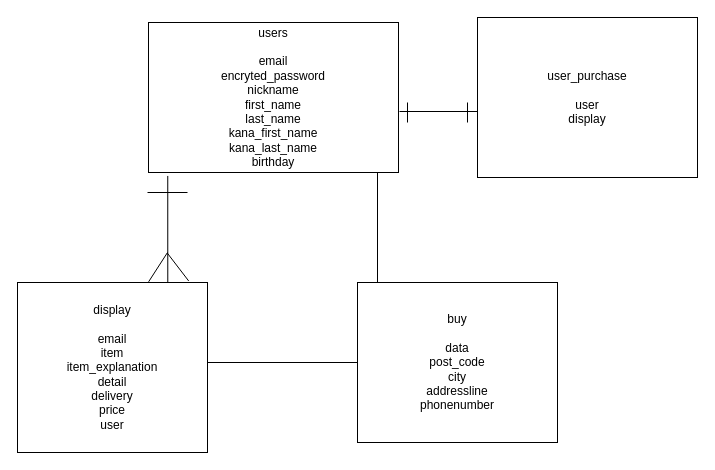
Earlier version of the draw.io diagram data.dio (daikikameda/furima2-36166). Source tidied: cells renumbered, new cells numbered last; positions are measured from the earlier drawing's top-left corner, leaving out a move shared by most shapes. Both pictures are drawn from the tidied source at 100%, with x=0, y=0 at pixel (17, 17).
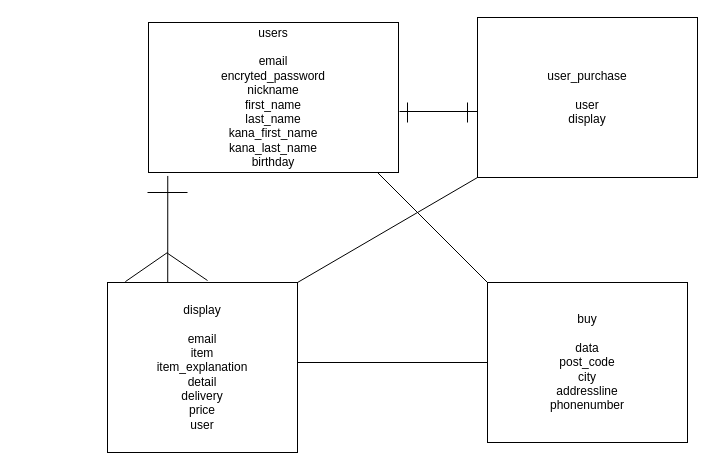
The same page after the edit.

Unchanged cells that the change refers to:
```xml
<mxCell id="2" value="users&lt;br&gt;&lt;br&gt;email&lt;br&gt;encryted_password&lt;br&gt;nickname&lt;br&gt;first_name&lt;br&gt;last_name&lt;br&gt;kana_first_name&lt;br&gt;kana_last_name&lt;br&gt;birthday" style="whiteSpace=wrap;html=1;" parent="1" vertex="1">
  <mxGeometry x="131" y="5" width="250" height="150" as="geometry" />
</mxCell>
<mxCell id="11" value="user_purchase&lt;br&gt;&lt;br&gt;user&lt;br&gt;display" style="rounded=0;whiteSpace=wrap;html=1;" parent="1" vertex="1">
  <mxGeometry x="460" width="220" height="160" as="geometry" />
</mxCell>
```

Change to the diagram source:
```diff
@@
     <mxCell id="3" value="display&lt;br&gt;&lt;br&gt;email&lt;br&gt;item&lt;br&gt;item_explanation&lt;br&gt;detail&lt;br&gt;delivery&lt;br&gt;price&lt;br&gt;user" style="rounded=0;whiteSpace=wrap;html=1;" parent="1" vertex="1">
-      <mxGeometry y="265" width="190" height="170" as="geometry" />
+      <mxGeometry x="90" y="265" width="190" height="170" as="geometry" />
     </mxCell>
     <mxCell id="4" value="buy&lt;br&gt;&lt;br&gt;data&lt;br&gt;post_code&lt;br&gt;city&lt;br&gt;addressline&lt;br&gt;phonenumber" style="rounded=0;whiteSpace=wrap;html=1;" parent="1" vertex="1">
-      <mxGeometry x="340" y="265" width="200" height="160" as="geometry" />
+      <mxGeometry x="470" y="265" width="200" height="160" as="geometry" />
     </mxCell>
-    <mxCell id="5" style="endArrow=none;html=1;entryX=0.077;entryY=1.023;entryDx=0;entryDy=0;entryPerimeter=0;exitX=0.791;exitY=0;exitDx=0;exitDy=0;exitPerimeter=0;" parent="1" edge="1" source="3" target="2">
+    <mxCell id="5" style="endArrow=none;html=1;entryX=0.077;entryY=1.023;entryDx=0;entryDy=0;entryPerimeter=0;exitX=0.317;exitY=0.002;exitDx=0;exitDy=0;exitPerimeter=0;" parent="1" edge="1" source="3" target="2">
       <mxGeometry relative="1" as="geometry" />
     </mxCell>
@@
-    <mxCell id="7" style="endArrow=none;html=1;entryX=0.69;entryY=-0.004;entryDx=0;entryDy=0;entryPerimeter=0;" parent="1" edge="1" target="3">
+    <mxCell id="7" style="endArrow=none;html=1;entryX=0.094;entryY=-0.005;entryDx=0;entryDy=0;entryPerimeter=0;" parent="1" edge="1" target="3">
       <mxGeometry relative="1" as="geometry">
         <mxPoint x="150" y="235" as="sourcePoint" />
       </mxGeometry>
     </mxCell>
-    <mxCell id="8" style="endArrow=none;html=1;entryX=0.901;entryY=-0.009;entryDx=0;entryDy=0;entryPerimeter=0;" parent="1" edge="1" target="3">
+    <mxCell id="8" style="endArrow=none;html=1;" parent="1" edge="1">
       <mxGeometry relative="1" as="geometry">
         <mxPoint x="149.9" y="235.7" as="sourcePoint" />
+        <mxPoint x="190" y="263" as="targetPoint" />
       </mxGeometry>
     </mxCell>
     <mxCell id="9" style="endArrow=none;html=1;entryX=0;entryY=0.5;entryDx=0;entryDy=0;" parent="1" edge="1" target="4">
       <mxGeometry relative="1" as="geometry">
-        <mxPoint x="190" y="345" as="sourcePoint" />
+        <mxPoint x="280" y="345" as="sourcePoint" />
       </mxGeometry>
     </mxCell>
-    <mxCell id="10" style="endArrow=none;html=1;entryX=0.077;entryY=1.023;entryDx=0;entryDy=0;entryPerimeter=0;" parent="1" edge="1">
+    <mxCell id="10" style="endArrow=none;html=1;entryX=0.077;entryY=1.023;entryDx=0;entryDy=0;entryPerimeter=0;exitX=0;exitY=0;exitDx=0;exitDy=0;" parent="1" edge="1" source="4">
       <mxGeometry relative="1" as="geometry">
-        <mxPoint x="360" y="265" as="sourcePoint" />
         <mxPoint x="360" y="155" as="targetPoint" />
       </mxGeometry>
     </mxCell>
@@
+    <mxCell id="15" style="endArrow=none;html=1;entryX=1;entryY=0;entryDx=0;entryDy=0;exitX=0;exitY=1;exitDx=0;exitDy=0;" parent="1" edge="1" source="11" target="3">
+      <mxGeometry relative="1" as="geometry" />
+    </mxCell>
```
